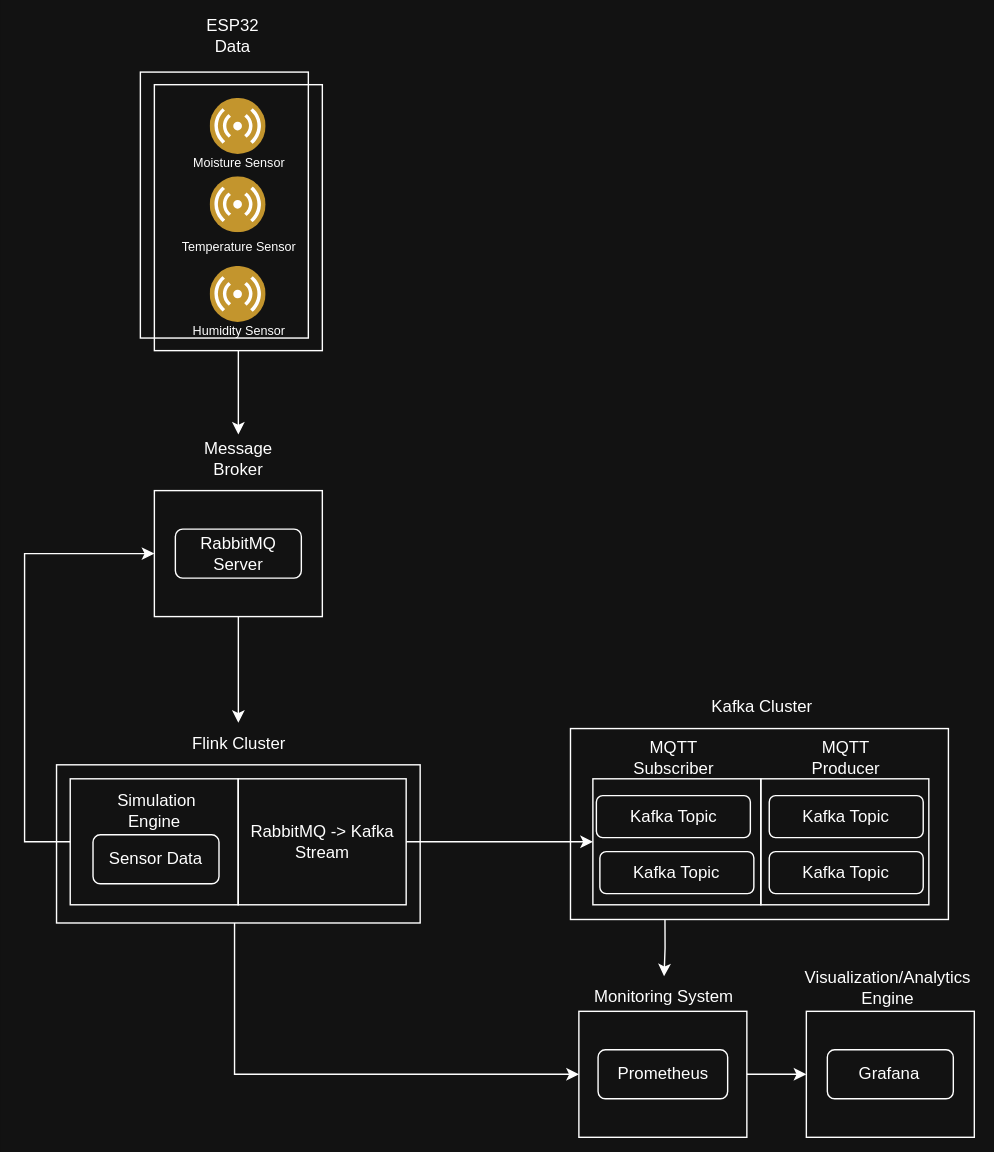
Before: images/High-Level-Architecture.drawio.svg, a diagram exported from draw.io (serggoogle/PlantIQ). Source tidied: cells renumbered, new cells last; positions are measured from the earlier drawing's top-left corner, leaving out a move shared by most shapes.
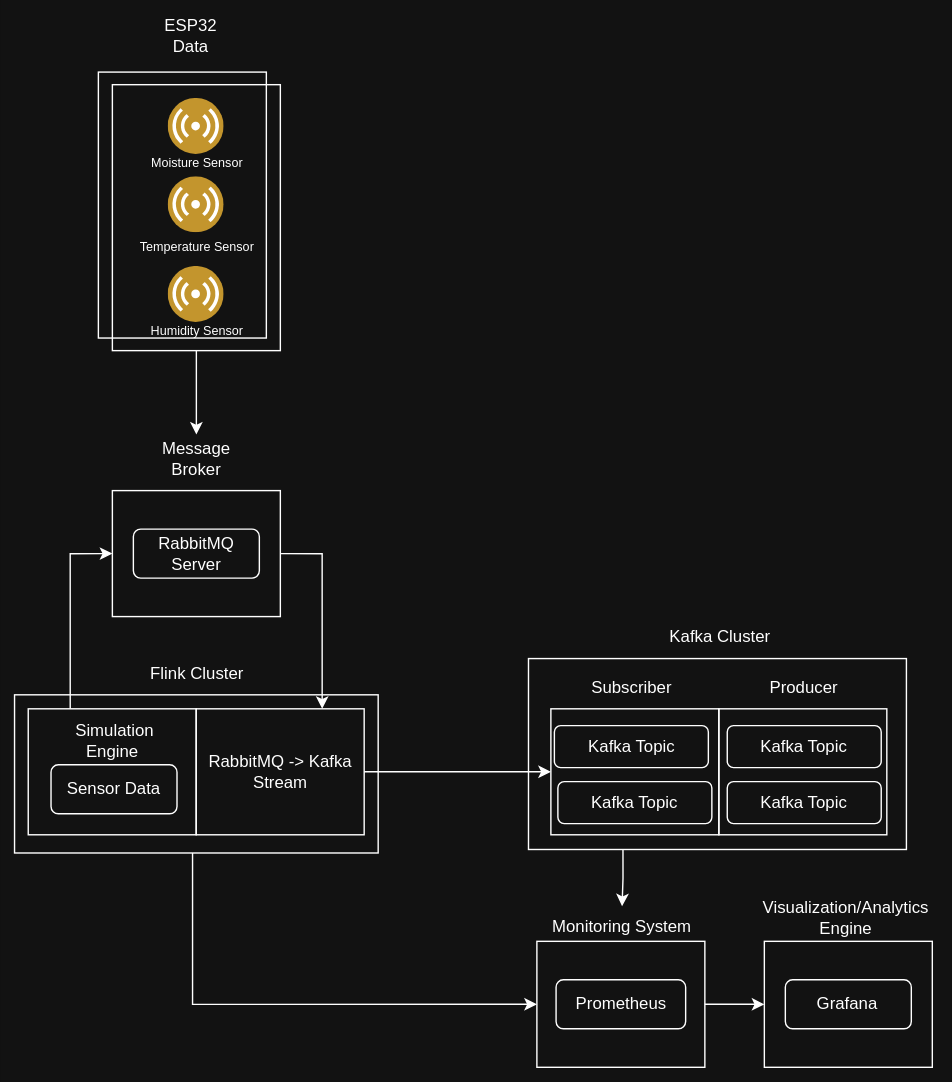
The same file after the commit.

Commit message:
Updated architecture diagram

Diff of the diagram source:
```diff
@@ -9,7 +9,7 @@
       <mxGeometry x="526" y="545.9" width="120" height="90" as="geometry" />
     </mxCell>
     <mxCell id="4" style="group;" parent="1" vertex="1">
-      <mxGeometry x="82.7" y="10" width="140" height="230" as="geometry" />
+      <mxGeometry x="82.7" y="60" width="140" height="230" as="geometry" />
     </mxCell>
     <mxCell id="5" style="rounded=0;whiteSpace=wrap;html=1;fillOpacity=0;fillStyle=auto;fillColor=light-dark(#FFFFFF,#FFFFFF);fontColor=#ffffff;strokeColor=default;gradientColor=none;" parent="4" vertex="1">
       <mxGeometry x="10" y="40" width="120" height="190" as="geometry" />
@@ -56,13 +56,13 @@
     <mxCell id="17" style="edgeStyle=orthogonalEdgeStyle;rounded=0;jettySize=auto;html=1;exitX=0.25;exitY=1;exitDx=0;exitDy=0;entryX=0.5;entryY=0;entryDx=0;entryDy=0;" parent="1" edge="1" source="2" target="40">
       <mxGeometry relative="1" as="geometry" />
     </mxCell>
-    <mxCell id="18" value="&lt;div&gt;MQTT Subscriber&lt;/div&gt;" style="text;html=1;align=center;verticalAlign=middle;whiteSpace=wrap;rounded=0;" parent="1" vertex="1">
+    <mxCell id="18" value="&lt;div&gt;Subscriber&lt;/div&gt;" style="text;html=1;align=center;verticalAlign=middle;whiteSpace=wrap;rounded=0;" parent="1" vertex="1">
       <mxGeometry x="433.5" y="515.9" width="60" height="30" as="geometry" />
     </mxCell>
     <mxCell id="19" value="&amp;nbsp;Kafka Cluster" style="text;html=1;align=center;verticalAlign=middle;strokeColor=none;fillColor=none;" parent="1" vertex="1">
       <mxGeometry x="475" y="480" width="100" height="30" as="geometry" />
     </mxCell>
-    <mxCell id="20" value="&lt;div&gt;MQTT Producer&lt;/div&gt;" style="text;html=1;align=center;verticalAlign=middle;whiteSpace=wrap;rounded=0;" parent="1" vertex="1">
+    <mxCell id="20" value="&lt;div&gt;Producer&lt;/div&gt;" style="text;html=1;align=center;verticalAlign=middle;whiteSpace=wrap;rounded=0;" parent="1" vertex="1">
       <mxGeometry x="557" y="515.9" width="60" height="30" as="geometry" />
     </mxCell>
     <mxCell id="21" value="Kafka Topic" style="rounded=1;whiteSpace=wrap;html=1;" parent="1" vertex="1">
@@ -75,7 +75,7 @@
       <mxGeometry relative="1" as="geometry" />
     </mxCell>
     <mxCell id="24" style="group;" parent="1" vertex="1">
-      <mxGeometry x="92.7" y="301.5" width="120" height="120" as="geometry" />
+      <mxGeometry x="92.7" y="351.5" width="120" height="120" as="geometry" />
     </mxCell>
     <mxCell id="25" style="rounded=0;whiteSpace=wrap;html=1;fillOpacity=0;" parent="24" vertex="1">
       <mxGeometry y="38.5" width="120" height="90" as="geometry" />
@@ -89,13 +89,8 @@
     <mxCell id="28" value="Flink Cluster" style="text;html=1;align=center;verticalAlign=middle;points=[];strokeColor=none;fillColor=none;" parent="1" vertex="1">
       <mxGeometry x="107.7" y="505.9" width="90" height="30" as="geometry" />
     </mxCell>
-    <mxCell id="29" style="edgeStyle=orthogonalEdgeStyle;rounded=0;jettySize=auto;html=1;exitX=0;exitY=0.5;exitDx=0;exitDy=0;entryX=0;entryY=0.5;entryDx=0;entryDy=0;" parent="1" edge="1" source="30" target="25">
-      <mxGeometry relative="1" as="geometry">
-        <Array as="points">
-          <mxPoint y="591" />
-          <mxPoint y="385" />
-        </Array>
-      </mxGeometry>
+    <mxCell id="29" style="edgeStyle=orthogonalEdgeStyle;rounded=0;jettySize=auto;html=1;exitX=0.25;exitY=0;exitDx=0;exitDy=0;entryX=0;entryY=0.5;entryDx=0;entryDy=0;" parent="1" edge="1" source="30" target="25">
+      <mxGeometry relative="1" as="geometry" />
     </mxCell>
     <mxCell id="30" style="rounded=0;whiteSpace=wrap;html=1;fillOpacity=0;" parent="1" vertex="1">
       <mxGeometry x="32.6" y="545.9" width="120" height="90" as="geometry" />
@@ -115,9 +110,6 @@
     <mxCell id="35" style="edgeStyle=orthogonalEdgeStyle;rounded=0;orthogonalLoop=1;jettySize=auto;html=1;exitX=0.5;exitY=1;exitDx=0;exitDy=0;" parent="1" edge="1" source="16" target="16">
       <mxGeometry relative="1" as="geometry" />
     </mxCell>
-    <mxCell id="36" style="edgeStyle=orthogonalEdgeStyle;rounded=0;jettySize=auto;html=1;exitX=0.5;exitY=1;exitDx=0;exitDy=0;" parent="1" edge="1" source="25" target="28">
-      <mxGeometry relative="1" as="geometry" />
-    </mxCell>
     <mxCell id="37" style="rounded=0;whiteSpace=wrap;html=1;fillOpacity=0;" parent="1" vertex="1">
       <mxGeometry x="406" y="545.9" width="120" height="90" as="geometry" />
     </mxCell>
@@ -148,5 +140,8 @@
     <mxCell id="46" style="rounded=0;whiteSpace=wrap;html=1;fillOpacity=0;" parent="1" vertex="1">
       <mxGeometry x="558.5" y="712" width="120" height="90" as="geometry" />
     </mxCell>
+    <mxCell id="47" style="edgeStyle=orthogonalEdgeStyle;rounded=0;jettySize=auto;html=1;exitX=1;exitY=0.5;exitDx=0;exitDy=0;entryX=0.75;entryY=0;entryDx=0;entryDy=0;" parent="1" edge="1" source="25" target="34">
+      <mxGeometry relative="1" as="geometry" />
+    </mxCell>
   </root>
 </mxGraphModel>
```
